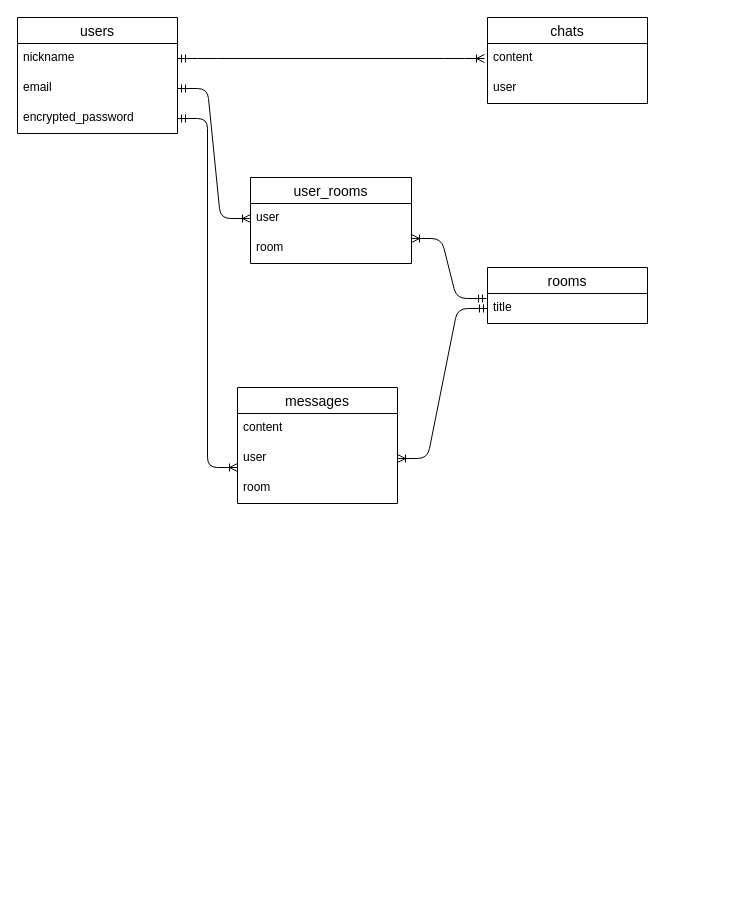
This is amigo.dio from pii-programmer/amigo, a draw.io file, before an edit. Source tidied: cells renumbered, new cells numbered last; positions are measured from the earlier drawing's top-left corner, leaving out a move shared by most shapes. Both pictures are drawn from the tidied source at 100%, with x=0, y=0 at pixel (17, 17).
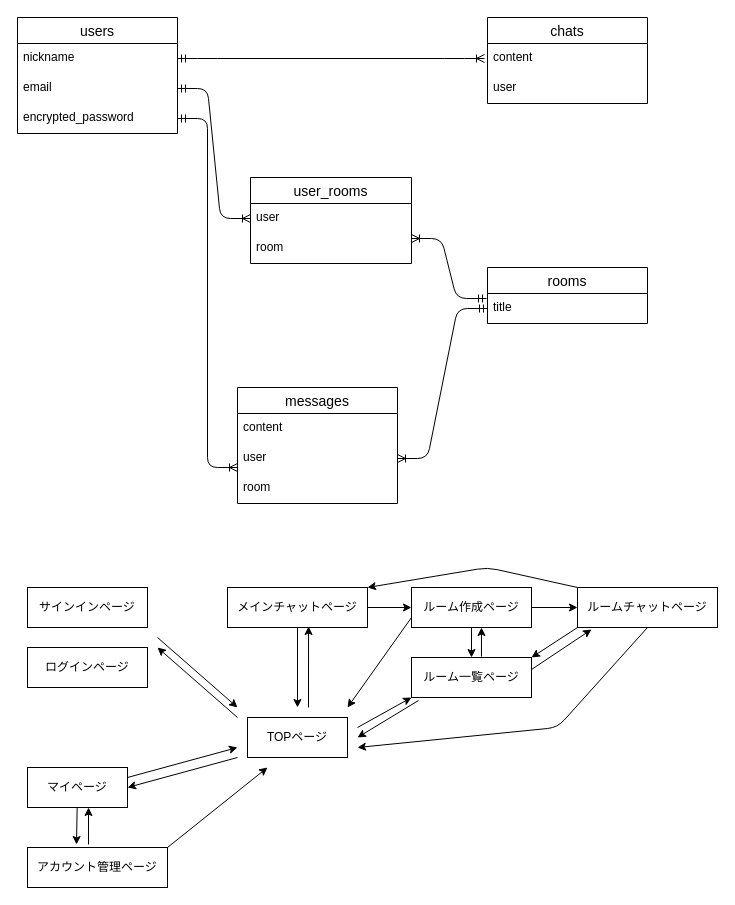
After the change.

Commit message (it also covers changes not shown here):
ページ遷移図作成

The edit, as a diff of the source:
```diff
@@
+    <mxCell id="23" value="TOPページ" style="whiteSpace=wrap;html=1;align=center;" parent="1" vertex="1">
+      <mxGeometry x="230" y="700" width="100" height="40" as="geometry" />
+    </mxCell>
+    <mxCell id="24" value="メインチャットページ" style="whiteSpace=wrap;html=1;align=center;" parent="1" vertex="1">
+      <mxGeometry x="210" y="570" width="140" height="40" as="geometry" />
+    </mxCell>
+    <mxCell id="25" value="ルーム作成ページ" style="whiteSpace=wrap;html=1;align=center;" parent="1" vertex="1">
+      <mxGeometry x="394" y="570" width="120" height="40" as="geometry" />
+    </mxCell>
+    <mxCell id="26" value="ルームチャットページ" style="whiteSpace=wrap;html=1;align=center;" parent="1" vertex="1">
+      <mxGeometry x="560" y="570" width="140" height="40" as="geometry" />
+    </mxCell>
+    <mxCell id="27" value="ルーム一覧ページ" style="whiteSpace=wrap;html=1;align=center;" parent="1" vertex="1">
+      <mxGeometry x="394" y="640" width="120" height="40" as="geometry" />
+    </mxCell>
+    <mxCell id="28" value="サインインページ" style="whiteSpace=wrap;html=1;align=center;" parent="1" vertex="1">
+      <mxGeometry x="10" y="570" width="120" height="40" as="geometry" />
+    </mxCell>
+    <mxCell id="29" value="ログインページ" style="whiteSpace=wrap;html=1;align=center;" parent="1" vertex="1">
+      <mxGeometry x="10" y="630" width="120" height="40" as="geometry" />
+    </mxCell>
+    <mxCell id="30" value="マイページ" style="whiteSpace=wrap;html=1;align=center;" parent="1" vertex="1">
+      <mxGeometry x="10" y="750" width="100" height="40" as="geometry" />
+    </mxCell>
+    <mxCell id="31" value="アカウント管理ページ" style="whiteSpace=wrap;html=1;align=center;" parent="1" vertex="1">
+      <mxGeometry x="10" y="830" width="140" height="40" as="geometry" />
+    </mxCell>
+    <mxCell id="32" style="endArrow=classic;html=1;strokeWidth=1;" parent="1" edge="1">
+      <mxGeometry relative="1" as="geometry">
+        <mxPoint x="140" y="620" as="sourcePoint" />
+        <mxPoint x="220" y="690" as="targetPoint" />
+      </mxGeometry>
+    </mxCell>
+    <mxCell id="33" style="endArrow=classic;html=1;strokeWidth=1;" parent="1" edge="1">
+      <mxGeometry relative="1" as="geometry">
+        <mxPoint x="220" y="700" as="sourcePoint" />
+        <mxPoint x="140" y="630" as="targetPoint" />
+      </mxGeometry>
+    </mxCell>
+    <mxCell id="34" style="endArrow=classic;html=1;strokeWidth=1;exitX=0.5;exitY=1;exitDx=0;exitDy=0;" parent="1" edge="1" source="24">
+      <mxGeometry relative="1" as="geometry">
+        <mxPoint x="280" y="690" as="targetPoint" />
+      </mxGeometry>
+    </mxCell>
+    <mxCell id="35" style="endArrow=classic;html=1;strokeWidth=1;entryX=0.579;entryY=0.975;entryDx=0;entryDy=0;entryPerimeter=0;" parent="1" edge="1" target="24">
+      <mxGeometry relative="1" as="geometry">
+        <mxPoint x="291" y="690" as="sourcePoint" />
+      </mxGeometry>
+    </mxCell>
+    <mxCell id="36" style="endArrow=classic;html=1;strokeWidth=1;exitX=1;exitY=0.25;exitDx=0;exitDy=0;" parent="1" edge="1" source="30">
+      <mxGeometry relative="1" as="geometry">
+        <mxPoint x="220" y="730" as="targetPoint" />
+      </mxGeometry>
+    </mxCell>
+    <mxCell id="37" style="endArrow=classic;html=1;strokeWidth=1;entryX=1;entryY=0.5;entryDx=0;entryDy=0;" parent="1" edge="1" target="30">
+      <mxGeometry relative="1" as="geometry">
+        <mxPoint x="220" y="740" as="sourcePoint" />
+      </mxGeometry>
+    </mxCell>
+    <mxCell id="38" style="endArrow=classic;html=1;strokeWidth=1;exitX=0.436;exitY=-0.075;exitDx=0;exitDy=0;exitPerimeter=0;" parent="1" edge="1" source="31">
+      <mxGeometry relative="1" as="geometry">
+        <mxPoint x="71" y="790" as="targetPoint" />
+      </mxGeometry>
+    </mxCell>
+    <mxCell id="39" style="endArrow=classic;html=1;strokeWidth=1;entryX=0.35;entryY=-0.075;entryDx=0;entryDy=0;entryPerimeter=0;" parent="1" edge="1" source="30" target="31">
+      <mxGeometry relative="1" as="geometry" />
+    </mxCell>
+    <mxCell id="40" style="endArrow=classic;html=1;strokeWidth=1;exitX=1;exitY=0.5;exitDx=0;exitDy=0;entryX=0;entryY=0.5;entryDx=0;entryDy=0;" parent="1" edge="1" source="24" target="25">
+      <mxGeometry relative="1" as="geometry" />
+    </mxCell>
+    <mxCell id="41" style="endArrow=classic;html=1;strokeWidth=1;exitX=0;exitY=0.75;exitDx=0;exitDy=0;" parent="1" edge="1" source="25">
+      <mxGeometry relative="1" as="geometry">
+        <mxPoint x="330" y="690" as="targetPoint" />
+      </mxGeometry>
+    </mxCell>
+    <mxCell id="42" style="endArrow=classic;html=1;strokeWidth=1;entryX=0;entryY=1;entryDx=0;entryDy=0;" parent="1" edge="1" target="27">
+      <mxGeometry relative="1" as="geometry">
+        <mxPoint x="340" y="710" as="sourcePoint" />
+      </mxGeometry>
+    </mxCell>
+    <mxCell id="43" style="endArrow=classic;html=1;strokeWidth=1;" parent="1" edge="1" source="25" target="27">
+      <mxGeometry relative="1" as="geometry" />
+    </mxCell>
+    <mxCell id="44" style="endArrow=classic;html=1;strokeWidth=1;exitX=0.058;exitY=1.075;exitDx=0;exitDy=0;exitPerimeter=0;" parent="1" edge="1" source="27">
+      <mxGeometry relative="1" as="geometry">
+        <mxPoint x="340" y="720" as="targetPoint" />
+      </mxGeometry>
+    </mxCell>
+    <mxCell id="45" style="endArrow=classic;html=1;strokeWidth=1;" parent="1" edge="1">
+      <mxGeometry relative="1" as="geometry">
+        <mxPoint x="150" y="830" as="sourcePoint" />
+        <mxPoint x="250" y="750" as="targetPoint" />
+      </mxGeometry>
+    </mxCell>
+    <mxCell id="46" style="endArrow=classic;html=1;strokeWidth=1;exitX=1;exitY=0.5;exitDx=0;exitDy=0;" parent="1" edge="1" source="25" target="26">
+      <mxGeometry relative="1" as="geometry" />
+    </mxCell>
+    <mxCell id="47" style="endArrow=classic;html=1;strokeWidth=1;exitX=0;exitY=1;exitDx=0;exitDy=0;entryX=1;entryY=0;entryDx=0;entryDy=0;" parent="1" edge="1" source="26" target="27">
+      <mxGeometry relative="1" as="geometry" />
+    </mxCell>
+    <mxCell id="48" style="endArrow=classic;html=1;strokeWidth=1;exitX=0;exitY=0;exitDx=0;exitDy=0;entryX=1;entryY=0;entryDx=0;entryDy=0;" parent="1" edge="1" source="26" target="24">
+      <mxGeometry relative="1" as="geometry">
+        <Array as="points">
+          <mxPoint x="470" y="550" />
+        </Array>
+      </mxGeometry>
+    </mxCell>
+    <mxCell id="49" style="endArrow=classic;html=1;strokeWidth=1;" parent="1" edge="1">
+      <mxGeometry relative="1" as="geometry">
+        <mxPoint x="514" y="652" as="sourcePoint" />
+        <mxPoint x="574" y="612" as="targetPoint" />
+      </mxGeometry>
+    </mxCell>
+    <mxCell id="50" style="endArrow=classic;html=1;strokeWidth=1;exitX=0.583;exitY=-0.025;exitDx=0;exitDy=0;exitPerimeter=0;" parent="1" edge="1" source="27">
+      <mxGeometry relative="1" as="geometry">
+        <mxPoint x="464" y="610" as="targetPoint" />
+      </mxGeometry>
+    </mxCell>
+    <mxCell id="51" style="endArrow=classic;html=1;strokeWidth=1;exitX=0.5;exitY=1;exitDx=0;exitDy=0;" parent="1" edge="1" source="26">
+      <mxGeometry relative="1" as="geometry">
+        <mxPoint x="340" y="730" as="targetPoint" />
+        <Array as="points">
+          <mxPoint x="540" y="710" />
+        </Array>
+      </mxGeometry>
+    </mxCell>
```
